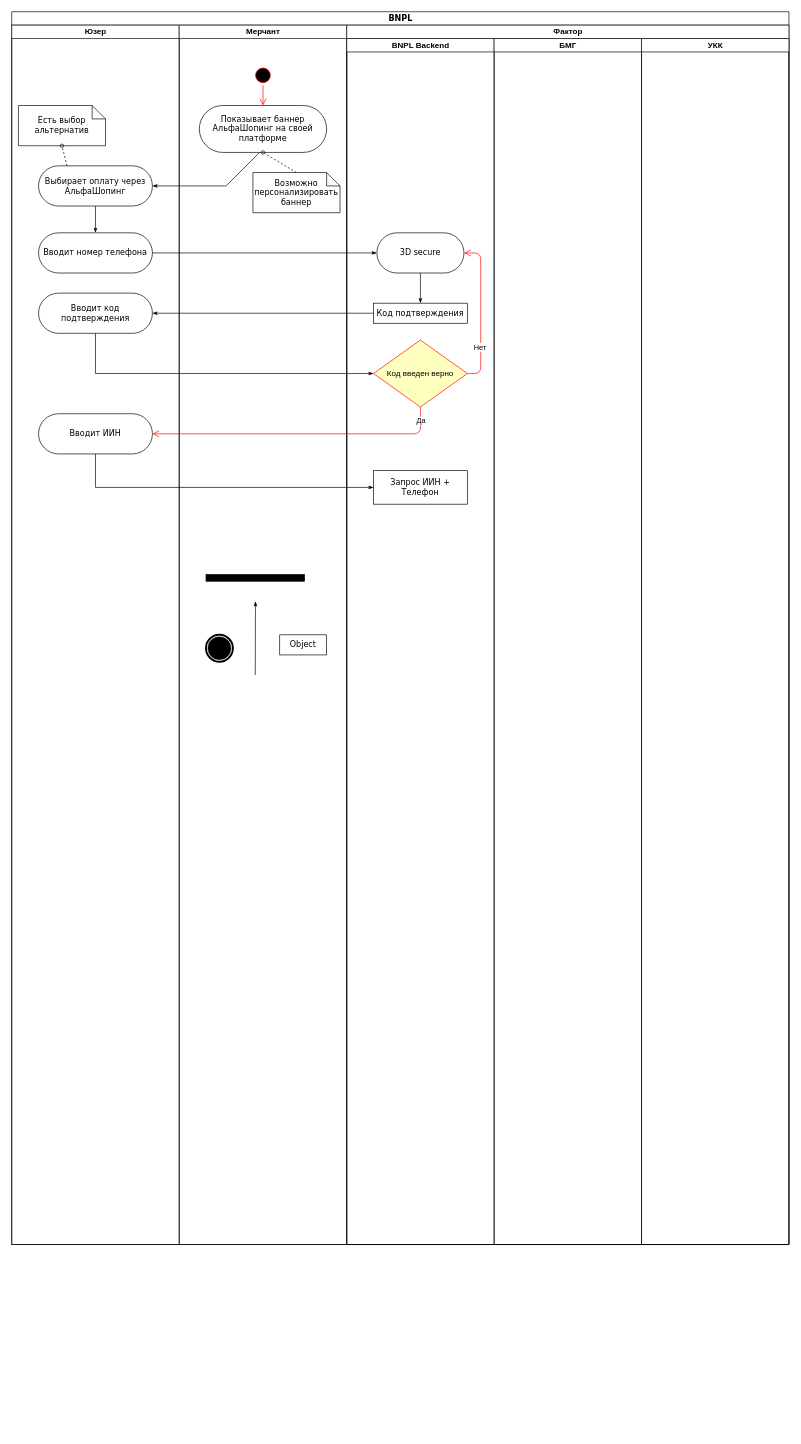
koterin/GA_showcase keeps this draw.io diagram as BNPL_process.drawio. Above is the earlier version. Source tidied: cells renumbered, new cells numbered last; positions are measured from the earlier drawing's top-left corner, leaving out a move shared by most shapes. Both pictures are drawn from the tidied source at 67%, with x=0, y=0 at pixel (11, 11).
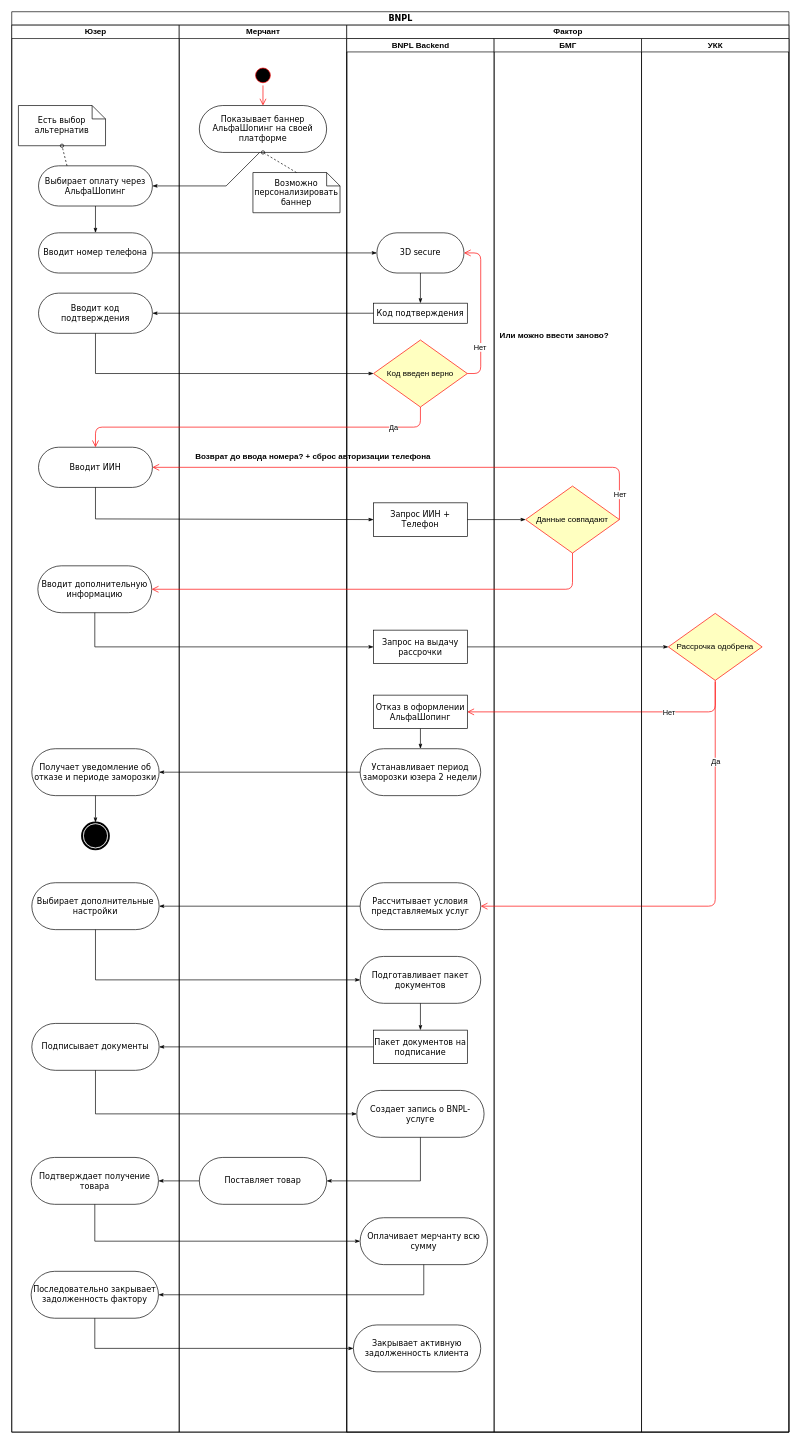
The same page after the edit.

The change refers to these unchanged cells:
```xml
<mxCell id="26" value="Код введен верно" style="rhombus;whiteSpace=wrap;html=1;fillColor=#ffffc0;strokeColor=#ff0000;" parent="21" vertex="1">
  <mxGeometry x="40" y="450" width="140" height="100" as="geometry" />
</mxCell>
```

Diff of the diagram source:
```diff
@@
     <mxCell id="2" value="BNPL" style="swimlane;html=1;startSize=20;rounded=0;shadow=0;comic=0;labelBackgroundColor=none;strokeWidth=1;fontFamily=Verdana;fontSize=12;align=center;" parent="1" vertex="1">
-      <mxGeometry width="1160" height="1840" as="geometry" />
+      <mxGeometry width="1160" height="2120" as="geometry" />
     </mxCell>
     <mxCell id="3" value="Юзер" style="swimlane;html=1;startSize=20;" parent="2" vertex="1">
-      <mxGeometry y="20" width="250" height="1820" as="geometry" />
+      <mxGeometry y="20" width="250" height="2100" as="geometry" />
     </mxCell>
@@
     <mxCell id="9" value="Вводит ИИН" style="rounded=1;whiteSpace=wrap;html=1;shadow=0;comic=0;labelBackgroundColor=none;strokeWidth=1;fontFamily=Verdana;fontSize=12;align=center;arcSize=50;" parent="3" vertex="1">
-      <mxGeometry x="40" y="580" width="170" height="60" as="geometry" />
+      <mxGeometry x="40" y="630" width="170" height="60" as="geometry" />
     </mxCell>
@@
+    <mxCell id="39" value="Вводит дополнительную информацию" style="rounded=1;whiteSpace=wrap;html=1;shadow=0;comic=0;labelBackgroundColor=none;strokeWidth=1;fontFamily=Verdana;fontSize=12;align=center;arcSize=50;" parent="3" vertex="1">
+      <mxGeometry x="39" y="807" width="170" height="70" as="geometry" />
+    </mxCell>
+    <mxCell id="40" value="Получает уведомление об отказе и периоде заморозки" style="rounded=1;whiteSpace=wrap;html=1;shadow=0;comic=0;labelBackgroundColor=none;strokeWidth=1;fontFamily=Verdana;fontSize=12;align=center;arcSize=50;" parent="3" vertex="1">
+      <mxGeometry x="30" y="1080" width="190" height="70" as="geometry" />
+    </mxCell>
+    <mxCell id="14" style="shape=mxgraph.bpmn.shape;html=1;verticalLabelPosition=bottom;labelBackgroundColor=#ffffff;verticalAlign=top;perimeter=ellipsePerimeter;outline=end;symbol=terminate;rounded=0;shadow=0;comic=0;strokeWidth=1;fontFamily=Verdana;fontSize=12;align=center;" parent="3" vertex="1">
+      <mxGeometry x="105" y="1190" width="40" height="40" as="geometry" />
+    </mxCell>
+    <mxCell id="41" style="edgeStyle=none;rounded=0;html=1;labelBackgroundColor=none;startArrow=none;startFill=0;startSize=5;endArrow=classicThin;endFill=1;endSize=5;jettySize=auto;strokeWidth=1;fontFamily=Verdana;fontSize=12;exitX=0.5;exitY=1;exitDx=0;exitDy=0;entryX=0.5;entryY=0;entryDx=0;entryDy=0;" parent="3" edge="1" source="40" target="14">
+      <mxGeometry relative="1" as="geometry" />
+    </mxCell>
+    <mxCell id="42" value="Подписывает документы" style="rounded=1;whiteSpace=wrap;html=1;shadow=0;comic=0;labelBackgroundColor=none;strokeWidth=1;fontFamily=Verdana;fontSize=12;align=center;arcSize=50;" parent="3" vertex="1">
+      <mxGeometry x="30" y="1490" width="190" height="70" as="geometry" />
+    </mxCell>
+    <mxCell id="43" value="Подтверждает получение товара" style="rounded=1;whiteSpace=wrap;html=1;shadow=0;comic=0;labelBackgroundColor=none;strokeWidth=1;fontFamily=Verdana;fontSize=12;align=center;arcSize=50;" parent="3" vertex="1">
+      <mxGeometry x="29" y="1690" width="190" height="70" as="geometry" />
+    </mxCell>
+    <mxCell id="44" value="Последовательно закрывает задолженность фактору" style="rounded=1;whiteSpace=wrap;html=1;shadow=0;comic=0;labelBackgroundColor=none;strokeWidth=1;fontFamily=Verdana;fontSize=12;align=center;arcSize=50;" parent="3" vertex="1">
+      <mxGeometry x="29" y="1860" width="190" height="70" as="geometry" />
+    </mxCell>
     <mxCell id="11" value="Мерчант" style="swimlane;html=1;startSize=20;" parent="2" vertex="1">
-      <mxGeometry x="250" y="20" width="250" height="1820" as="geometry" />
+      <mxGeometry x="250" y="20" width="250" height="2100" as="geometry" />
     </mxCell>
-    <mxCell id="12" style="edgeStyle=none;rounded=0;html=1;labelBackgroundColor=none;startArrow=none;startFill=0;startSize=5;endArrow=classicThin;endFill=1;endSize=5;jettySize=auto;orthogonalLoop=1;strokeWidth=1;fontFamily=Verdana;fontSize=12;" parent="11" edge="1">
-      <mxGeometry relative="1" as="geometry">
-        <mxPoint x="113.5" y="970" as="sourcePoint" />
-        <mxPoint x="113.8" y="860" as="targetPoint" />
-      </mxGeometry>
-    </mxCell>
-    <mxCell id="13" style="whiteSpace=wrap;html=1;rounded=0;shadow=0;comic=0;labelBackgroundColor=none;strokeWidth=1;fillColor=#000000;fontFamily=Verdana;fontSize=12;align=center;rotation=0;" parent="11" vertex="1">
-      <mxGeometry x="40" y="820" width="147" height="10" as="geometry" />
-    </mxCell>
-    <mxCell id="14" style="shape=mxgraph.bpmn.shape;html=1;verticalLabelPosition=bottom;labelBackgroundColor=#ffffff;verticalAlign=top;perimeter=ellipsePerimeter;outline=end;symbol=terminate;rounded=0;shadow=0;comic=0;strokeWidth=1;fontFamily=Verdana;fontSize=12;align=center;" parent="11" vertex="1">
-      <mxGeometry x="40" y="910" width="40" height="40" as="geometry" />
-    </mxCell>
@@
+    <mxCell id="45" value="Поставляет товар" style="rounded=1;whiteSpace=wrap;html=1;shadow=0;comic=0;labelBackgroundColor=none;strokeWidth=1;fontFamily=Verdana;fontSize=12;align=center;arcSize=50;" parent="11" vertex="1">
+      <mxGeometry x="30" y="1690" width="190" height="70" as="geometry" />
+    </mxCell>
     <mxCell id="20" value="Фактор" style="swimlane;html=1;startSize=20;" parent="2" vertex="1">
-      <mxGeometry x="500" y="20" width="660" height="1820" as="geometry" />
+      <mxGeometry x="500" y="20" width="660" height="2100" as="geometry" />
     </mxCell>
     <mxCell id="21" value="BNPL Backend" style="swimlane;html=1;startSize=20;" parent="20" vertex="1">
-      <mxGeometry y="20" width="220" height="1800" as="geometry" />
+      <mxGeometry y="20" width="220" height="2080" as="geometry" />
     </mxCell>
@@
     <mxCell id="25" value="Запрос ИИН + Телефон" style="rounded=0;whiteSpace=wrap;html=1;shadow=0;comic=0;labelBackgroundColor=none;strokeWidth=1;fontFamily=Verdana;fontSize=12;align=center;arcSize=50;" parent="21" vertex="1">
-      <mxGeometry x="40" y="645" width="140" height="50" as="geometry" />
+      <mxGeometry x="40" y="693" width="140" height="50" as="geometry" />
     </mxCell>
@@
+    <mxCell id="46" value="Запрос на выдачу рассрочки" style="rounded=0;whiteSpace=wrap;html=1;shadow=0;comic=0;labelBackgroundColor=none;strokeWidth=1;fontFamily=Verdana;fontSize=12;align=center;arcSize=50;" parent="21" vertex="1">
+      <mxGeometry x="40" y="883" width="140" height="50" as="geometry" />
+    </mxCell>
+    <mxCell id="47" value="Отказ в оформлении АльфаШопинг" style="rounded=0;whiteSpace=wrap;html=1;shadow=0;comic=0;labelBackgroundColor=none;strokeWidth=1;fontFamily=Verdana;fontSize=12;align=center;arcSize=50;" parent="21" vertex="1">
+      <mxGeometry x="40" y="980" width="140" height="50" as="geometry" />
+    </mxCell>
+    <mxCell id="48" value="Устанавливает период заморозки юзера 2 недели" style="rounded=1;whiteSpace=wrap;html=1;shadow=0;comic=0;labelBackgroundColor=none;strokeWidth=1;fontFamily=Verdana;fontSize=12;align=center;arcSize=50;" parent="21" vertex="1">
+      <mxGeometry x="20" y="1060" width="180" height="70" as="geometry" />
+    </mxCell>
+    <mxCell id="49" style="edgeStyle=none;rounded=0;html=1;labelBackgroundColor=none;startArrow=none;startFill=0;startSize=5;endArrow=classicThin;endFill=1;endSize=5;jettySize=auto;strokeWidth=1;fontFamily=Verdana;fontSize=12;exitX=0.5;exitY=1;exitDx=0;exitDy=0;entryX=0.5;entryY=0;entryDx=0;entryDy=0;" parent="21" edge="1" source="47" target="48">
+      <mxGeometry relative="1" as="geometry" />
+    </mxCell>
+    <mxCell id="50" value="Выбирает дополнительные настройки" style="rounded=1;whiteSpace=wrap;html=1;shadow=0;comic=0;labelBackgroundColor=none;strokeWidth=1;fontFamily=Verdana;fontSize=12;align=center;arcSize=50;" parent="21" vertex="1">
+      <mxGeometry x="-470" y="1260" width="190" height="70" as="geometry" />
+    </mxCell>
+    <mxCell id="51" value="Рассчитывает условия представляемых услуг" style="rounded=1;whiteSpace=wrap;html=1;shadow=0;comic=0;labelBackgroundColor=none;strokeWidth=1;fontFamily=Verdana;fontSize=12;align=center;arcSize=50;" parent="21" vertex="1">
+      <mxGeometry x="20" y="1260" width="180" height="70" as="geometry" />
+    </mxCell>
+    <mxCell id="52" style="edgeStyle=none;rounded=0;html=1;labelBackgroundColor=none;startArrow=none;startFill=0;startSize=5;endArrow=classicThin;endFill=1;endSize=5;jettySize=auto;strokeWidth=1;fontFamily=Verdana;fontSize=12;exitX=0;exitY=0.5;exitDx=0;exitDy=0;entryX=1;entryY=0.5;entryDx=0;entryDy=0;" parent="21" edge="1" source="51" target="50">
+      <mxGeometry relative="1" as="geometry" />
+    </mxCell>
+    <mxCell id="53" value="Подготавливает пакет документов" style="rounded=1;whiteSpace=wrap;html=1;shadow=0;comic=0;labelBackgroundColor=none;strokeWidth=1;fontFamily=Verdana;fontSize=12;align=center;arcSize=50;" parent="21" vertex="1">
+      <mxGeometry x="20" y="1370" width="180" height="70" as="geometry" />
+    </mxCell>
+    <mxCell id="54" style="edgeStyle=none;rounded=0;html=1;labelBackgroundColor=none;startArrow=none;startFill=0;startSize=5;endArrow=classicThin;endFill=1;endSize=5;jettySize=auto;strokeWidth=1;fontFamily=Verdana;fontSize=12;exitX=0.5;exitY=1;exitDx=0;exitDy=0;entryX=0;entryY=0.5;entryDx=0;entryDy=0;" parent="21" edge="1" source="50" target="53">
+      <mxGeometry relative="1" as="geometry">
+        <Array as="points">
+          <mxPoint x="-375" y="1405" />
+        </Array>
+      </mxGeometry>
+    </mxCell>
+    <mxCell id="55" value="Пакет документов на подписание" style="rounded=0;whiteSpace=wrap;html=1;shadow=0;comic=0;labelBackgroundColor=none;strokeWidth=1;fontFamily=Verdana;fontSize=12;align=center;arcSize=50;" parent="21" vertex="1">
+      <mxGeometry x="40" y="1480" width="140" height="50" as="geometry" />
+    </mxCell>
+    <mxCell id="56" style="edgeStyle=none;rounded=0;html=1;labelBackgroundColor=none;startArrow=none;startFill=0;startSize=5;endArrow=classicThin;endFill=1;endSize=5;jettySize=auto;strokeWidth=1;fontFamily=Verdana;fontSize=12;exitX=0.5;exitY=1;exitDx=0;exitDy=0;entryX=0.5;entryY=0;entryDx=0;entryDy=0;" parent="21" edge="1" source="53" target="55">
+      <mxGeometry relative="1" as="geometry" />
+    </mxCell>
+    <mxCell id="57" value="Создает запись о BNPL-услуге" style="rounded=1;whiteSpace=wrap;html=1;shadow=0;comic=0;labelBackgroundColor=none;strokeWidth=1;fontFamily=Verdana;fontSize=12;align=center;arcSize=50;" parent="21" vertex="1">
+      <mxGeometry x="15" y="1570" width="190" height="70" as="geometry" />
+    </mxCell>
+    <mxCell id="58" value="Оплачивает мерчанту всю сумму" style="rounded=1;whiteSpace=wrap;html=1;shadow=0;comic=0;labelBackgroundColor=none;strokeWidth=1;fontFamily=Verdana;fontSize=12;align=center;arcSize=50;" parent="21" vertex="1">
+      <mxGeometry x="20" y="1760" width="190" height="70" as="geometry" />
+    </mxCell>
+    <mxCell id="59" value="Закрывает активную задолженность клиента" style="rounded=1;whiteSpace=wrap;html=1;shadow=0;comic=0;labelBackgroundColor=none;strokeWidth=1;fontFamily=Verdana;fontSize=12;align=center;arcSize=50;" parent="21" vertex="1">
+      <mxGeometry x="10" y="1920" width="190" height="70" as="geometry" />
+    </mxCell>
     <mxCell id="29" value="БМГ" style="swimlane;html=1;startSize=20;" parent="20" vertex="1">
-      <mxGeometry x="220" y="20" width="220" height="1800" as="geometry" />
+      <mxGeometry x="220" y="20" width="220" height="2080" as="geometry" />
     </mxCell>
+    <mxCell id="60" value="Данные совпадают" style="rhombus;whiteSpace=wrap;html=1;fillColor=#ffffc0;strokeColor=#ff0000;" parent="29" vertex="1">
+      <mxGeometry x="47" y="668" width="140" height="100" as="geometry" />
+    </mxCell>
+    <mxCell id="61" style="edgeStyle=none;rounded=0;html=1;labelBackgroundColor=none;startArrow=none;startFill=0;startSize=5;endArrow=classicThin;endFill=1;endSize=5;jettySize=auto;strokeWidth=1;fontFamily=Verdana;fontSize=12;exitX=1;exitY=0.5;exitDx=0;exitDy=0;entryX=0;entryY=0.5;entryDx=0;entryDy=0;" parent="20" edge="1" source="25" target="60">
+      <mxGeometry relative="1" as="geometry" />
+    </mxCell>
+    <mxCell id="62" value="Рассрочка одобрена" style="rhombus;whiteSpace=wrap;html=1;fillColor=#ffffc0;strokeColor=#ff0000;" parent="20" vertex="1">
+      <mxGeometry x="480" y="878" width="140" height="100" as="geometry" />
+    </mxCell>
+    <mxCell id="63" style="edgeStyle=orthogonalEdgeStyle;html=1;align=left;verticalAlign=bottom;endArrow=open;endSize=8;strokeColor=#ff0000;exitX=0.5;exitY=1;exitDx=0;exitDy=0;entryX=1;entryY=0.5;entryDx=0;entryDy=0;" parent="20" edge="1" source="62" target="47">
+      <mxGeometry x="-0.56" y="30" relative="1" as="geometry">
+        <Array as="points">
+          <mxPoint x="550" y="1025" />
+        </Array>
+        <mxPoint y="-1" as="offset" />
+      </mxGeometry>
+    </mxCell>
+    <mxCell id="64" value="Нет" style="edgeLabel;html=1;align=center;verticalAlign=middle;" parent="63" vertex="1">
+      <mxGeometry x="-0.74" relative="1" as="geometry">
+        <mxPoint x="-63" as="offset" />
+      </mxGeometry>
+    </mxCell>
+    <mxCell id="65" style="edgeStyle=orthogonalEdgeStyle;html=1;align=left;verticalAlign=top;endArrow=open;endSize=8;strokeColor=#ff0000;entryX=1;entryY=0.5;entryDx=0;entryDy=0;" parent="20" edge="1" target="51">
+      <mxGeometry x="0.27" y="45" relative="1" as="geometry">
+        <mxPoint x="550" y="980" as="sourcePoint" />
+        <Array as="points">
+          <mxPoint x="550" y="1315" />
+        </Array>
+      </mxGeometry>
+    </mxCell>
+    <mxCell id="66" value="Да" style="edgeLabel;html=1;align=center;verticalAlign=middle;" parent="65" vertex="1">
+      <mxGeometry x="-0.15" y="3" relative="1" as="geometry">
+        <mxPoint x="-3" y="-172" as="offset" />
+      </mxGeometry>
+    </mxCell>
+    <mxCell id="67" style="edgeStyle=none;rounded=0;html=1;labelBackgroundColor=none;startArrow=none;startFill=0;startSize=5;endArrow=classicThin;endFill=1;endSize=5;jettySize=auto;strokeWidth=1;fontFamily=Verdana;fontSize=12;exitX=1;exitY=0.5;exitDx=0;exitDy=0;" parent="20" edge="1" source="46" target="62">
+      <mxGeometry relative="1" as="geometry" />
+    </mxCell>
@@
     <mxCell id="32" style="edgeStyle=none;rounded=0;html=1;labelBackgroundColor=none;startArrow=none;startFill=0;startSize=5;endArrow=classicThin;endFill=1;endSize=5;jettySize=auto;strokeWidth=1;fontFamily=Verdana;fontSize=12;exitX=0.5;exitY=1;exitDx=0;exitDy=0;entryX=0;entryY=0.5;entryDx=0;entryDy=0;" parent="2" edge="1" source="9" target="25">
       <mxGeometry relative="1" as="geometry">
         <Array as="points">
-          <mxPoint x="125" y="710" />
+          <mxPoint x="125" y="757" />
         </Array>
       </mxGeometry>
     </mxCell>
@@
-    <mxCell id="34" style="edgeStyle=orthogonalEdgeStyle;html=1;align=left;verticalAlign=top;endArrow=open;endSize=8;strokeColor=#ff0000;entryX=1;entryY=0.5;entryDx=0;entryDy=0;" parent="2" edge="1" source="26" target="9">
+    <mxCell id="34" style="edgeStyle=orthogonalEdgeStyle;html=1;align=left;verticalAlign=top;endArrow=open;endSize=8;strokeColor=#ff0000;entryX=0.5;entryY=0;entryDx=0;entryDy=0;" parent="2" edge="1" source="26" target="9">
       <mxGeometry x="0.27" y="45" relative="1" as="geometry">
         <Array as="points">
-          <mxPoint x="610" y="630" />
+          <mxPoint x="610" y="620" />
+          <mxPoint x="125" y="620" />
         </Array>
       </mxGeometry>
     </mxCell>
     <mxCell id="35" value="Да" style="edgeLabel;html=1;align=center;verticalAlign=middle;" parent="34" vertex="1">
       <mxGeometry x="-0.15" y="3" relative="1" as="geometry">
-        <mxPoint x="147" y="-23" as="offset" />
+        <mxPoint x="161" y="-3" as="offset" />
       </mxGeometry>
     </mxCell>
+    <mxCell id="68" style="edgeStyle=orthogonalEdgeStyle;html=1;align=left;verticalAlign=bottom;endArrow=open;endSize=8;strokeColor=#ff0000;exitX=1;exitY=0.5;exitDx=0;exitDy=0;entryX=1;entryY=0.5;entryDx=0;entryDy=0;" parent="2" edge="1" source="60" target="9">
+      <mxGeometry x="-0.56" y="30" relative="1" as="geometry">
+        <Array as="points">
+          <mxPoint x="907" y="680" />
+        </Array>
+        <mxPoint y="-1" as="offset" />
+      </mxGeometry>
+    </mxCell>
+    <mxCell id="69" value="Нет" style="edgeLabel;html=1;align=center;verticalAlign=middle;" parent="68" vertex="1">
+      <mxGeometry x="-0.74" relative="1" as="geometry">
+        <mxPoint x="23" y="40" as="offset" />
+      </mxGeometry>
+    </mxCell>
+    <mxCell id="70" style="edgeStyle=orthogonalEdgeStyle;html=1;align=left;verticalAlign=top;endArrow=open;endSize=8;strokeColor=#ff0000;entryX=1;entryY=0.5;entryDx=0;entryDy=0;" parent="2" edge="1" source="60" target="39">
+      <mxGeometry x="0.27" y="45" relative="1" as="geometry">
+        <Array as="points">
+          <mxPoint x="837" y="862" />
+        </Array>
+      </mxGeometry>
+    </mxCell>
+    <mxCell id="71" style="edgeStyle=none;rounded=0;html=1;labelBackgroundColor=none;startArrow=none;startFill=0;startSize=5;endArrow=classicThin;endFill=1;endSize=5;jettySize=auto;strokeWidth=1;fontFamily=Verdana;fontSize=12;exitX=0.5;exitY=1;exitDx=0;exitDy=0;entryX=0;entryY=0.5;entryDx=0;entryDy=0;" parent="2" edge="1" source="39" target="46">
+      <mxGeometry relative="1" as="geometry">
+        <Array as="points">
+          <mxPoint x="124" y="948" />
+        </Array>
+      </mxGeometry>
+    </mxCell>
+    <mxCell id="72" style="edgeStyle=none;rounded=0;html=1;labelBackgroundColor=none;startArrow=none;startFill=0;startSize=5;endArrow=classicThin;endFill=1;endSize=5;jettySize=auto;strokeWidth=1;fontFamily=Verdana;fontSize=12;exitX=0;exitY=0.5;exitDx=0;exitDy=0;entryX=1;entryY=0.5;entryDx=0;entryDy=0;" parent="2" edge="1" source="48" target="40">
+      <mxGeometry relative="1" as="geometry" />
+    </mxCell>
+    <mxCell id="73" style="edgeStyle=none;rounded=0;html=1;labelBackgroundColor=none;startArrow=none;startFill=0;startSize=5;endArrow=classicThin;endFill=1;endSize=5;jettySize=auto;strokeWidth=1;fontFamily=Verdana;fontSize=12;exitX=0;exitY=0.5;exitDx=0;exitDy=0;entryX=1;entryY=0.5;entryDx=0;entryDy=0;" parent="2" edge="1" source="55" target="42">
+      <mxGeometry relative="1" as="geometry" />
+    </mxCell>
+    <mxCell id="74" style="edgeStyle=none;rounded=0;html=1;labelBackgroundColor=none;startArrow=none;startFill=0;startSize=5;endArrow=classicThin;endFill=1;endSize=5;jettySize=auto;strokeWidth=1;fontFamily=Verdana;fontSize=12;exitX=0.5;exitY=1;exitDx=0;exitDy=0;entryX=0;entryY=0.5;entryDx=0;entryDy=0;" parent="2" edge="1" source="42" target="57">
+      <mxGeometry relative="1" as="geometry">
+        <Array as="points">
+          <mxPoint x="125" y="1645" />
+        </Array>
+      </mxGeometry>
+    </mxCell>
+    <mxCell id="75" style="edgeStyle=none;rounded=0;html=1;labelBackgroundColor=none;startArrow=none;startFill=0;startSize=5;endArrow=classicThin;endFill=1;endSize=5;jettySize=auto;strokeWidth=1;fontFamily=Verdana;fontSize=12;exitX=0.5;exitY=1;exitDx=0;exitDy=0;entryX=1;entryY=0.5;entryDx=0;entryDy=0;" parent="2" edge="1" source="57" target="45">
+      <mxGeometry relative="1" as="geometry">
+        <Array as="points">
+          <mxPoint x="610" y="1745" />
+        </Array>
+      </mxGeometry>
+    </mxCell>
+    <mxCell id="76" style="edgeStyle=none;rounded=0;html=1;labelBackgroundColor=none;startArrow=none;startFill=0;startSize=5;endArrow=classicThin;endFill=1;endSize=5;jettySize=auto;strokeWidth=1;fontFamily=Verdana;fontSize=12;exitX=0;exitY=0.5;exitDx=0;exitDy=0;entryX=1;entryY=0.5;entryDx=0;entryDy=0;" parent="2" edge="1" source="45" target="43">
+      <mxGeometry relative="1" as="geometry" />
+    </mxCell>
+    <mxCell id="77" style="edgeStyle=none;rounded=0;html=1;labelBackgroundColor=none;startArrow=none;startFill=0;startSize=5;endArrow=classicThin;endFill=1;endSize=5;jettySize=auto;strokeWidth=1;fontFamily=Verdana;fontSize=12;exitX=0.5;exitY=1;exitDx=0;exitDy=0;entryX=0;entryY=0.5;entryDx=0;entryDy=0;" parent="2" edge="1" source="43" target="58">
+      <mxGeometry relative="1" as="geometry">
+        <Array as="points">
+          <mxPoint x="124" y="1835" />
+        </Array>
+      </mxGeometry>
+    </mxCell>
+    <mxCell id="78" style="edgeStyle=none;rounded=0;html=1;labelBackgroundColor=none;startArrow=none;startFill=0;startSize=5;endArrow=classicThin;endFill=1;endSize=5;jettySize=auto;strokeWidth=1;fontFamily=Verdana;fontSize=12;exitX=0.5;exitY=1;exitDx=0;exitDy=0;entryX=1;entryY=0.5;entryDx=0;entryDy=0;" parent="2" edge="1" source="58" target="44">
+      <mxGeometry relative="1" as="geometry">
+        <Array as="points">
+          <mxPoint x="615" y="1915" />
+        </Array>
+      </mxGeometry>
+    </mxCell>
+    <mxCell id="79" style="edgeStyle=none;rounded=0;html=1;labelBackgroundColor=none;startArrow=none;startFill=0;startSize=5;endArrow=classicThin;endFill=1;endSize=5;jettySize=auto;strokeWidth=1;fontFamily=Verdana;fontSize=12;exitX=0.5;exitY=1;exitDx=0;exitDy=0;entryX=0;entryY=0.5;entryDx=0;entryDy=0;" parent="2" edge="1" source="44" target="59">
+      <mxGeometry relative="1" as="geometry">
+        <Array as="points">
+          <mxPoint x="124" y="1995" />
+        </Array>
+      </mxGeometry>
+    </mxCell>
     <mxCell id="36" value="УКК" style="swimlane;html=1;startSize=20;" parent="1" vertex="1">
-      <mxGeometry x="940" y="40" width="220" height="1800" as="geometry" />
+      <mxGeometry x="940" y="40" width="220" height="2080" as="geometry" />
     </mxCell>
@@
-    <mxCell id="38" value="Object" style="rounded=0;whiteSpace=wrap;html=1;shadow=0;comic=0;labelBackgroundColor=none;strokeWidth=1;fontFamily=Verdana;fontSize=12;align=center;arcSize=50;" parent="1" vertex="1">
-      <mxGeometry x="400" y="930" width="70" height="30" as="geometry" />
-    </mxCell>
+    <mxCell id="80" value="Или можно ввести заново?" style="text;align=center;fontStyle=1;verticalAlign=middle;spacingLeft=3;spacingRight=3;strokeColor=none;" parent="1" vertex="1">
+      <mxGeometry x="770" y="470" width="80" height="26" as="geometry" />
+    </mxCell>
+    <mxCell id="81" value="Возврат до ввода номера? + сброс авторизации телефона" style="text;align=center;fontStyle=1;verticalAlign=middle;spacingLeft=3;spacingRight=3;strokeColor=none;" parent="1" vertex="1">
+      <mxGeometry x="410" y="650" width="80" height="26" as="geometry" />
+    </mxCell>
```
